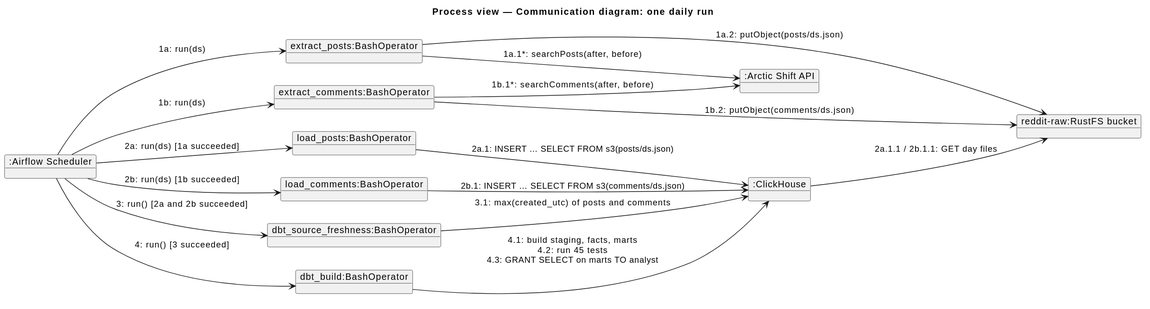
This is docs/architecture/diagrams/communication-daily-run.svg from modsomjeed/reddit-dataeng, a PlantUML export, as it was before one commit.
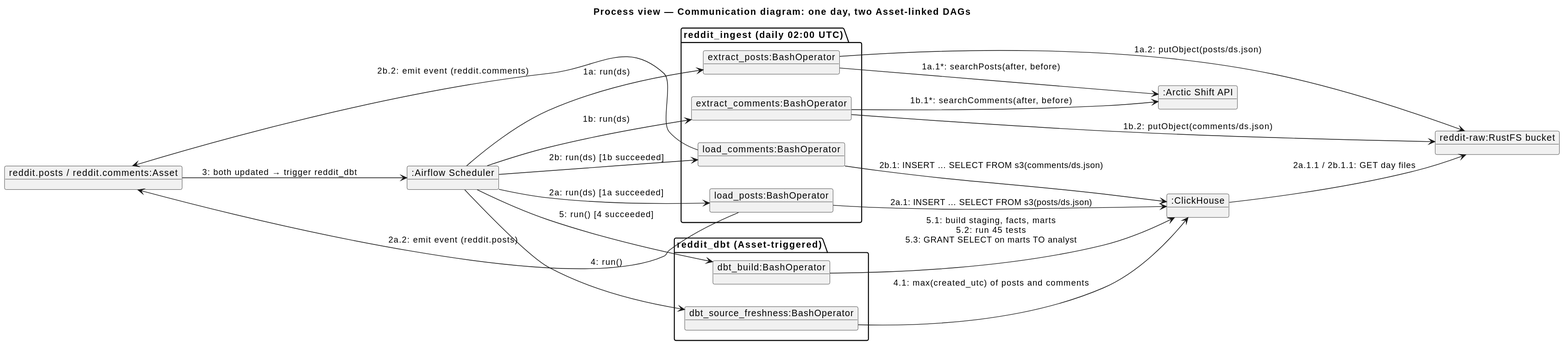
Above is the later version.

Commit message:
docs(architecture): show ingestion and dbt as asset-linked dags

Diff of the diagram source:
```diff
@@ -1,15 +1,20 @@
 @startuml
-title Process view — Communication diagram: one daily run
+title Process view — Communication diagram: one day, two Asset-linked DAGs
 skinparam shadowing false
 left to right direction
 
 object ":Airflow Scheduler" as scheduler
-object "extract_posts:BashOperator" as extractp
-object "extract_comments:BashOperator" as extractc
-object "load_posts:BashOperator" as loadp
-object "load_comments:BashOperator" as loadc
-object "dbt_source_freshness:BashOperator" as fresh
-object "dbt_build:BashOperator" as dbt
+package "reddit_ingest (daily 02:00 UTC)" {
+  object "extract_posts:BashOperator" as extractp
+  object "extract_comments:BashOperator" as extractc
+  object "load_posts:BashOperator" as loadp
+  object "load_comments:BashOperator" as loadc
+}
+package "reddit_dbt (Asset-triggered)" {
+  object "dbt_source_freshness:BashOperator" as fresh
+  object "dbt_build:BashOperator" as dbt
+}
+object "reddit.posts / reddit.comments:Asset" as assets
 object ":Arctic Shift API" as arctic
 object "reddit-raw:RustFS bucket" as bucket
 object ":ClickHouse" as ch
@@ -25,8 +30,11 @@
 loadp --> ch : "2a.1: INSERT … SELECT FROM s3(posts/ds.json)"
 loadc --> ch : "2b.1: INSERT … SELECT FROM s3(comments/ds.json)"
 ch --> bucket : "2a.1.1 / 2b.1.1: GET day files"
-scheduler --> fresh : "3: run() [2a and 2b succeeded]"
-fresh --> ch : "3.1: max(created_utc) of posts and comments"
-scheduler --> dbt : "4: run() [3 succeeded]"
-dbt --> ch : "4.1: build staging, facts, marts\n4.2: run 45 tests\n4.3: GRANT SELECT on marts TO analyst"
+loadp --> assets : "2a.2: emit event (reddit.posts)"
+loadc --> assets : "2b.2: emit event (reddit.comments)"
+assets --> scheduler : "3: both updated → trigger reddit_dbt"
+scheduler --> fresh : "4: run()"
+fresh --> ch : "4.1: max(created_utc) of posts and comments"
+scheduler --> dbt : "5: run() [4 succeeded]"
+dbt --> ch : "5.1: build staging, facts, marts\n5.2: run 45 tests\n5.3: GRANT SELECT on marts TO analyst"
 @enduml
```
